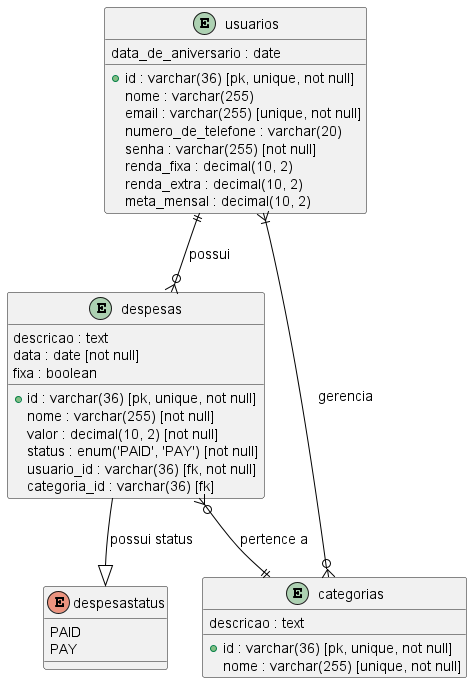
LucasMairon/FinanSee keeps this PlantUML diagram as documents/logic_diagram/Diagrama Lógico.png. Above is the earlier version. Source of this version:
```plantuml
@startuml
skinparam TableAttributeFontSize 12
skinparam TableFontSize 14
skinparam TableBorderColor black
skinparam ArrowColor black
skinparam ArrowFontSize 14

entity "usuarios" as usuario {
  + id : varchar(36) [pk, unique, not null]
  nome : varchar(255)
  email : varchar(255) [unique, not null]
  numero_de_telefone : varchar(20)
  data_de_aniversario : date
  senha : varchar(255) [not null]
  renda_fixa : decimal(10, 2)
  renda_extra : decimal(10, 2)
  meta_mensal : decimal(10, 2)
}

entity "despesas" as despesa {
  + id : varchar(36) [pk, unique, not null]
  nome : varchar(255) [not null]
  valor : decimal(10, 2) [not null]
  descricao : text
  data : date [not null]
  status : enum('PAID', 'PAY') [not null]
  fixa : boolean
  usuario_id : varchar(36) [fk, not null]
  categoria_id : varchar(36) [fk]
}

entity "categorias" as categoria {
  + id : varchar(36) [pk, unique, not null]
  nome : varchar(255) [unique, not null]
  descricao : text
}

usuario ||--o{ despesa : possui
usuario }|--o{ categoria : gerencia
despesa }o--|| categoria : pertence a
despesa --|> despesastatus : possui status

enum despesastatus {
  PAID
  PAY
}
@enduml
```
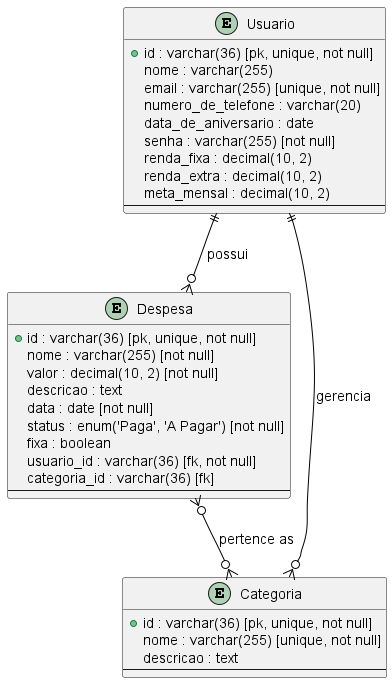
After the commit.

Commit message:
docs: updating logic diagram

The edit, as a diff of the source:
```diff
@@ -1,11 +1,12 @@
-@startuml
+@startuml Diagrama Lógico
+
 skinparam TableAttributeFontSize 12
 skinparam TableFontSize 14
 skinparam TableBorderColor black
 skinparam ArrowColor black
 skinparam ArrowFontSize 14
 
-entity "usuarios" as usuario {
+entity "Usuario" as usuario {
   + id : varchar(36) [pk, unique, not null]
   nome : varchar(255)
   email : varchar(255) [unique, not null]
@@ -15,33 +16,31 @@
   renda_fixa : decimal(10, 2)
   renda_extra : decimal(10, 2)
   meta_mensal : decimal(10, 2)
+  --
 }
 
-entity "despesas" as despesa {
+entity "Despesa" as despesa {
   + id : varchar(36) [pk, unique, not null]
   nome : varchar(255) [not null]
   valor : decimal(10, 2) [not null]
   descricao : text
   data : date [not null]
-  status : enum('PAID', 'PAY') [not null]
+  status : enum('Paga', 'A Pagar') [not null]
   fixa : boolean
   usuario_id : varchar(36) [fk, not null]
   categoria_id : varchar(36) [fk]
+  --
 }
 
-entity "categorias" as categoria {
+entity "Categoria" as categoria {
   + id : varchar(36) [pk, unique, not null]
   nome : varchar(255) [unique, not null]
   descricao : text
+  --
 }
 
 usuario ||--o{ despesa : possui
-usuario }|--o{ categoria : gerencia
-despesa }o--|| categoria : pertence a
-despesa --|> despesastatus : possui status
+usuario ||--o{ categoria : gerencia
+despesa }o--o{ categoria : pertence as
 
-enum despesastatus {
-  PAID
-  PAY
-}
 @enduml
```
